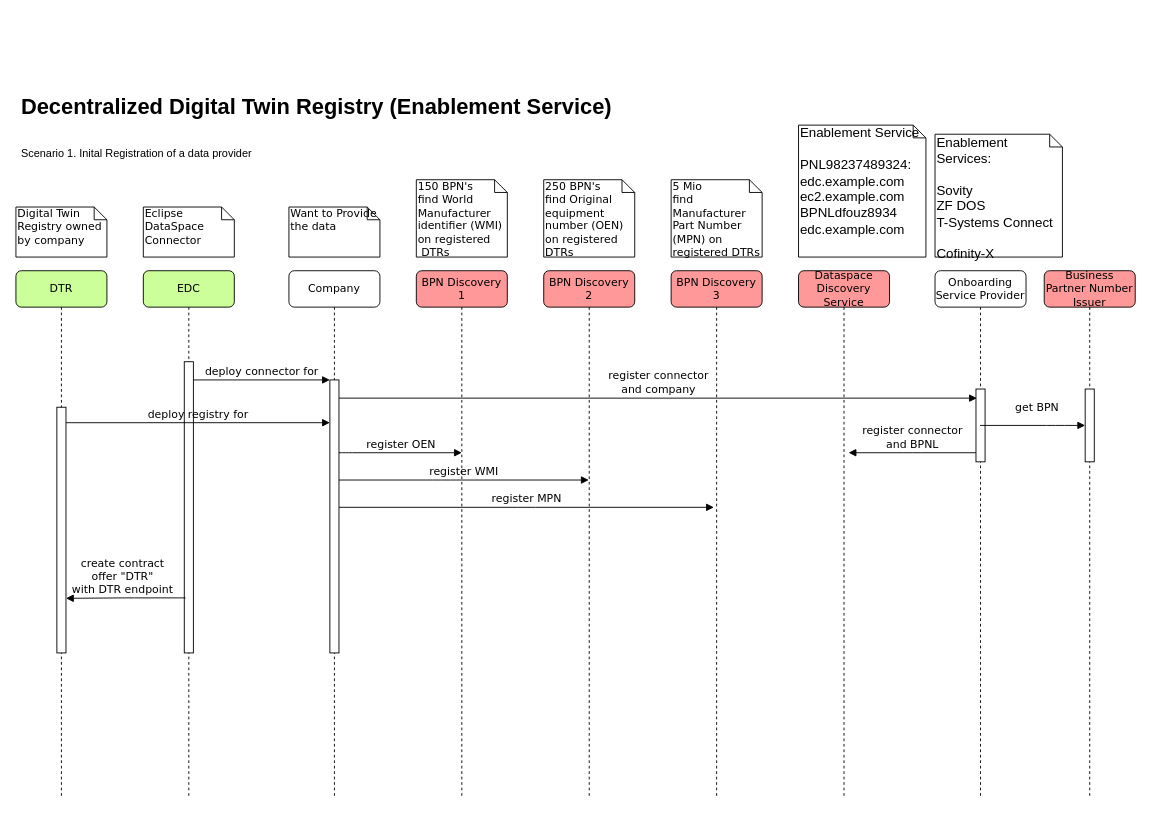
This is docs/media/drawings/decentrilzedDTR-registrationDataProvider.drawio from eclipse-tractusx/sldt-bpn-discovery, a draw.io file, before an edit. Source tidied: cells renumbered, new cells numbered last; positions are measured from the earlier drawing's top-left corner, leaving out a move shared by most shapes. Both pictures are drawn from the tidied source at 91%, with x=0, y=0 at pixel (15, 88).
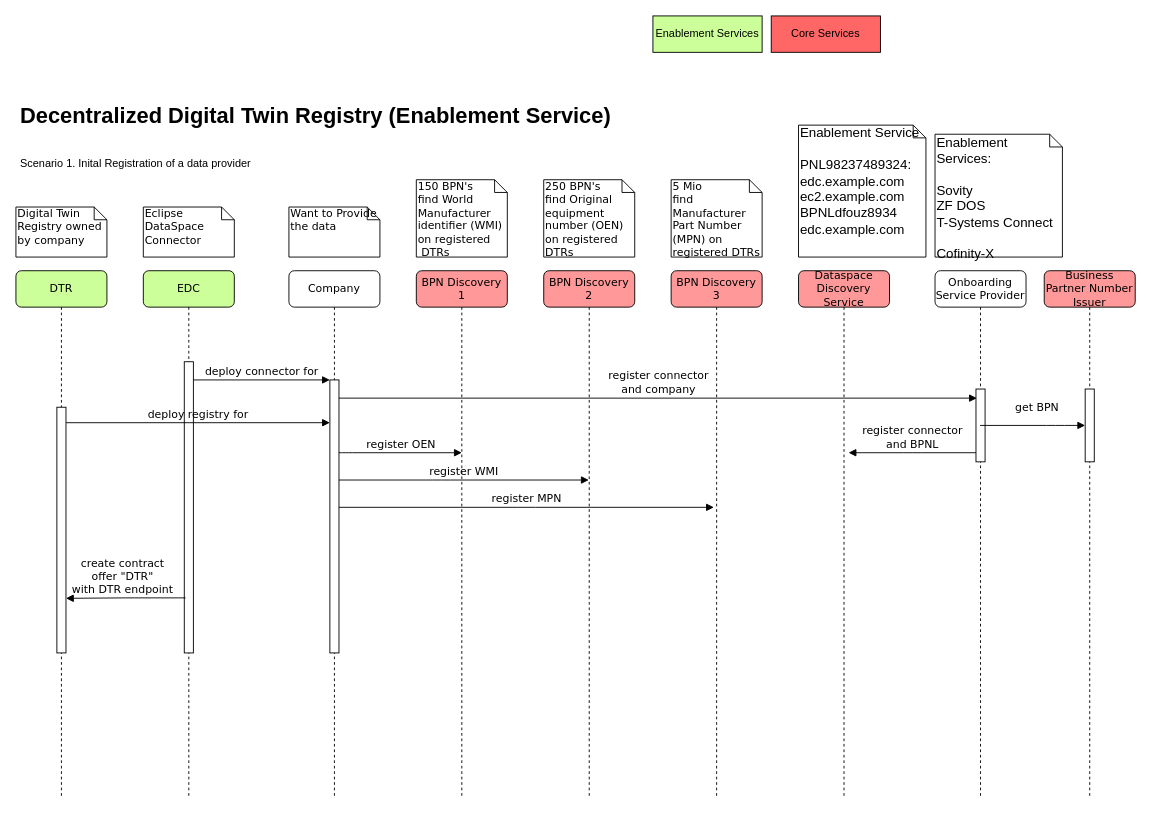
After the change.

Change to the diagram source:
```diff
@@
     <mxCell id="22" value="&lt;h1&gt;Decentralized Digital Twin Registry (Enablement Service)&lt;/h1&gt;&lt;div&gt;&lt;br&gt;&lt;/div&gt;&lt;div&gt;Scenario 1. Inital Registration of a data provider&amp;nbsp;&lt;br&gt;&lt;/div&gt;" style="text;html=1;strokeColor=none;fillColor=none;spacing=5;spacingTop=-20;whiteSpace=wrap;overflow=hidden;rounded=0;" parent="1" vertex="1">
-      <mxGeometry x="1" width="769" height="120" as="geometry" />
+      <mxGeometry y="10" width="769" height="120" as="geometry" />
     </mxCell>
@@
+    <mxCell id="34" value="Enablement Services" style="rounded=0;whiteSpace=wrap;html=1;fillColor=#CCFF99;" parent="1" vertex="1">
+      <mxGeometry x="700" y="-80" width="120" height="40" as="geometry" />
+    </mxCell>
+    <mxCell id="35" value="Core Services" style="rounded=0;whiteSpace=wrap;html=1;fillColor=#FF6666;" parent="1" vertex="1">
+      <mxGeometry x="830" y="-80" width="120" height="40" as="geometry" />
+    </mxCell>
```
